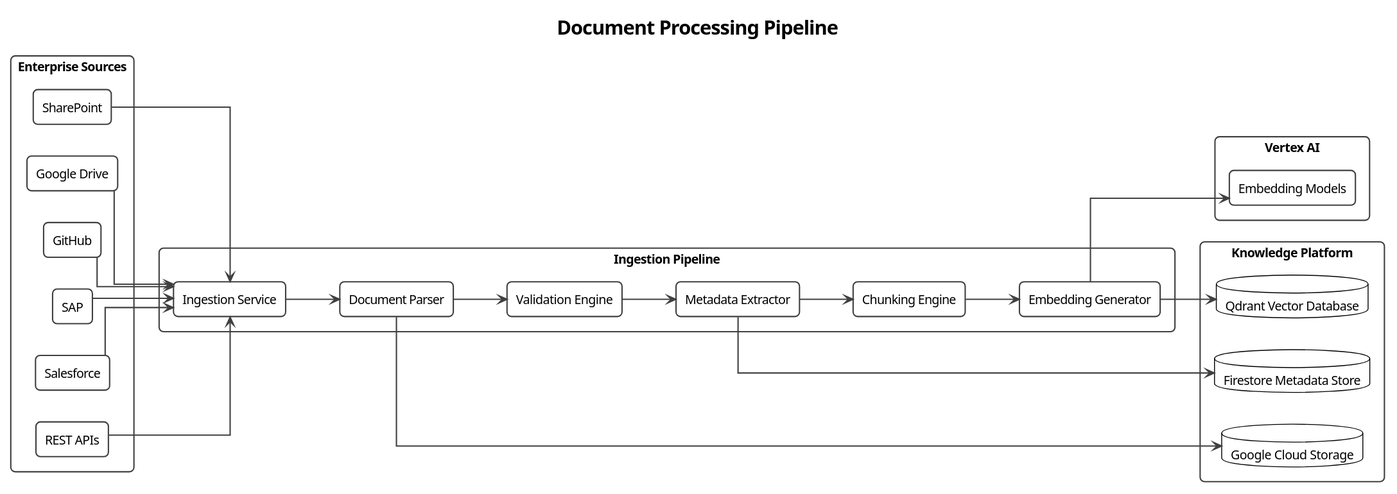
pjagdaley/enterprise-ai-orchestration-platform keeps this PlantUML diagram as docs/diagrams/ai/07-document-processing-pipeline.svg. Above is the earlier version. Source of this version:
```plantuml
@startuml
title Enterprise AI Orchestration Platform
title Document Processing Pipeline

!theme plain

left to right direction

skinparam backgroundColor white
skinparam shadowing false
skinparam linetype ortho
skinparam packageStyle rectangle

skinparam defaultFontName Segoe UI
skinparam defaultFontSize 14

skinparam RectangleBorderColor #404040
skinparam RectangleBorderThickness 1.5
skinparam RectangleRoundCorner 10

skinparam PackageBorderColor #404040
skinparam PackageBorderThickness 2

skinparam ArrowThickness 1.5
skinparam ArrowColor #404040

package "Enterprise Sources" {

rectangle "SharePoint" as SharePoint

rectangle "Google Drive" as GoogleDrive

rectangle "GitHub" as GitHub

rectangle "SAP" as SAP

rectangle "Salesforce" as Salesforce

rectangle "REST APIs" as RestAPI

}

package "Ingestion Pipeline" {

rectangle "Ingestion Service" as Ingestion

rectangle "Document Parser" as Parser

rectangle "Metadata Extractor" as Metadata

rectangle "Chunking Engine" as Chunker

rectangle "Embedding Generator" as Embedder

rectangle "Validation Engine" as Validator

}

package "Vertex AI" {

rectangle "Embedding Models" as Embeddings

}

package "Knowledge Platform" {

database "Google Cloud Storage" as GCS

database "Qdrant Vector Database" as Qdrant

database "Firestore Metadata Store" as Firestore

}

SharePoint --> Ingestion

GoogleDrive --> Ingestion

GitHub --> Ingestion

SAP --> Ingestion

Salesforce --> Ingestion

RestAPI --> Ingestion

Ingestion --> Parser

Parser --> Validator

Validator --> Metadata

Metadata --> Chunker

Chunker --> Embedder

Embedder --> Embeddings

Embedder --> Qdrant

Metadata --> Firestore

Parser --> GCS
@enduml
```
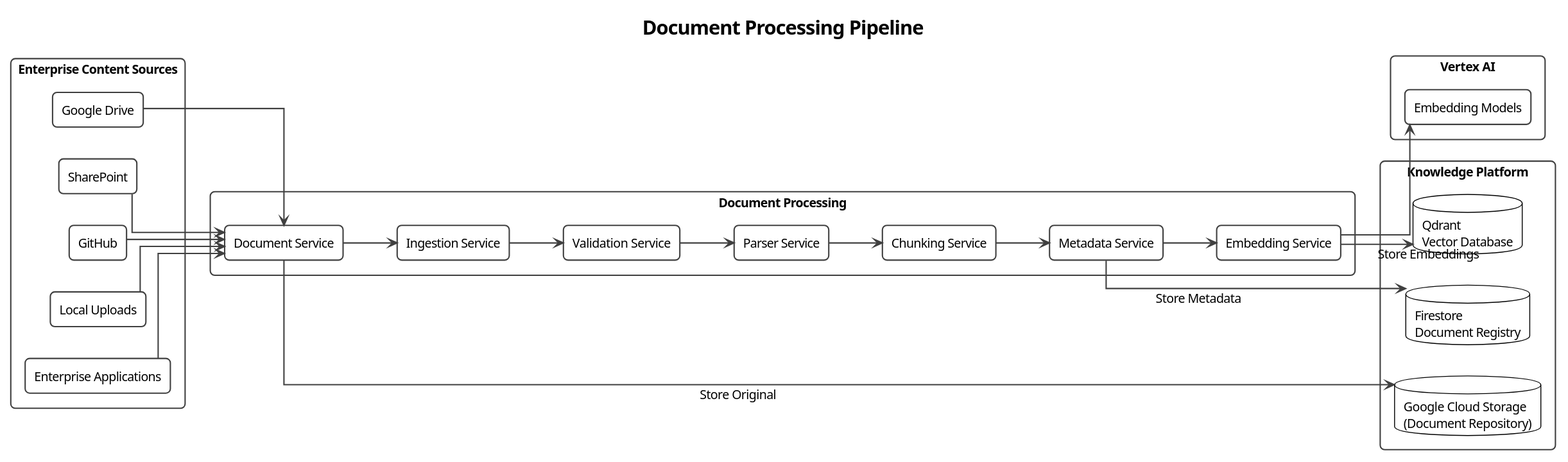
The same diagram one commit later.

Diff of the diagram source:
```diff
@@ -1,8 +1,9 @@
 @startuml
+
+!theme plain
+
 title Enterprise AI Orchestration Platform
 title Document Processing Pipeline
-
-!theme plain
 
 left to right direction
 
@@ -24,81 +25,86 @@
 skinparam ArrowThickness 1.5
 skinparam ArrowColor #404040
 
-package "Enterprise Sources" {
+
+package "Enterprise Content Sources" {
+
+rectangle "Google Drive" as Drive
 
 rectangle "SharePoint" as SharePoint
 
-rectangle "Google Drive" as GoogleDrive
-
 rectangle "GitHub" as GitHub
 
-rectangle "SAP" as SAP
+rectangle "Local Uploads" as Uploads
 
-rectangle "Salesforce" as Salesforce
-
-rectangle "REST APIs" as RestAPI
+rectangle "Enterprise Applications" as Enterprise
 
 }
 
-package "Ingestion Pipeline" {
+
+package "Document Processing" {
+
+rectangle "Document Service" as Document
 
 rectangle "Ingestion Service" as Ingestion
 
-rectangle "Document Parser" as Parser
+rectangle "Validation Service" as Validation
 
-rectangle "Metadata Extractor" as Metadata
+rectangle "Parser Service" as Parser
 
-rectangle "Chunking Engine" as Chunker
+rectangle "Chunking Service" as Chunker
 
-rectangle "Embedding Generator" as Embedder
+rectangle "Metadata Service" as Metadata
 
-rectangle "Validation Engine" as Validator
+rectangle "Embedding Service" as Embedding
 
 }
 
+
 package "Vertex AI" {
 
-rectangle "Embedding Models" as Embeddings
+rectangle "Embedding Models" as Models
 
 }
 
+
 package "Knowledge Platform" {
 
-database "Google Cloud Storage" as GCS
+database "Google Cloud Storage\n(Document Repository)" as GCS
 
-database "Qdrant Vector Database" as Qdrant
+database "Firestore\nDocument Registry" as Firestore
 
-database "Firestore Metadata Store" as Firestore
+database "Qdrant\nVector Database" as Qdrant
 
 }
 
-SharePoint --> Ingestion
 
-GoogleDrive --> Ingestion
+Drive --> Document
 
-GitHub --> Ingestion
+SharePoint --> Document
 
-SAP --> Ingestion
+GitHub --> Document
 
-Salesforce --> Ingestion
+Uploads --> Document
 
-RestAPI --> Ingestion
+Enterprise --> Document
 
-Ingestion --> Parser
+Document --> GCS : Store Original
 
-Parser --> Validator
+Document --> Ingestion
 
-Validator --> Metadata
+Ingestion --> Validation
 
-Metadata --> Chunker
+Validation --> Parser
 
-Chunker --> Embedder
+Parser --> Chunker
 
-Embedder --> Embeddings
+Chunker --> Metadata
 
-Embedder --> Qdrant
+Metadata --> Firestore : Store Metadata
 
-Metadata --> Firestore
+Metadata --> Embedding
 
-Parser --> GCS
+Embedding --> Models
+
+Embedding --> Qdrant : Store Embeddings
 @enduml
```
